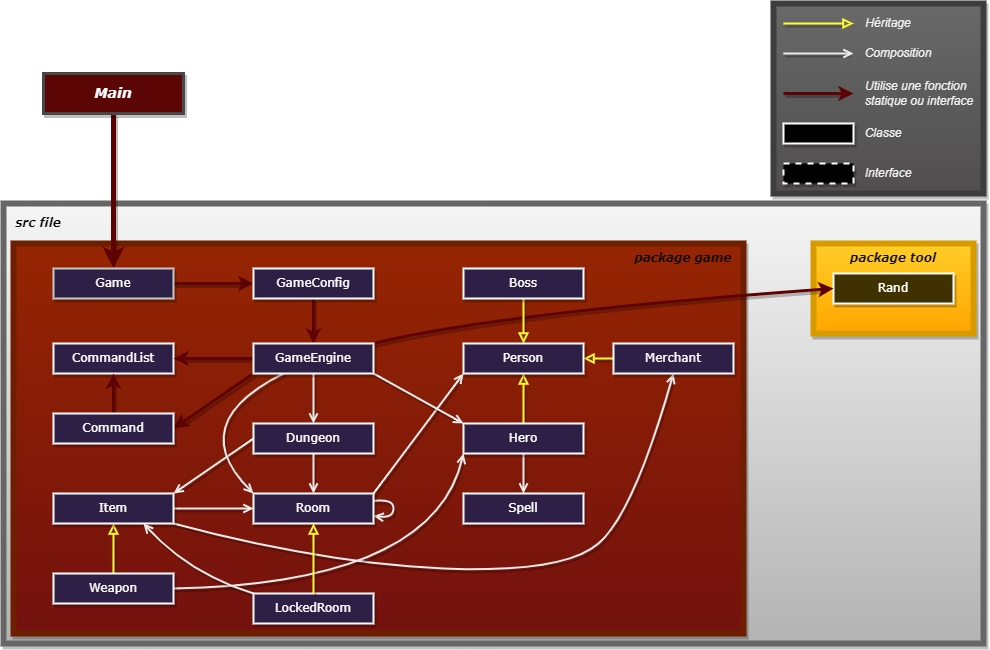
Before: Java_RPG/doc/diagram.drawio.png, a diagram exported from draw.io (Vivien-Parsis/Jeux-rpg). Source tidied: cells renumbered, new cells last; positions are measured from the earlier drawing's top-left corner, leaving out a move shared by most shapes.
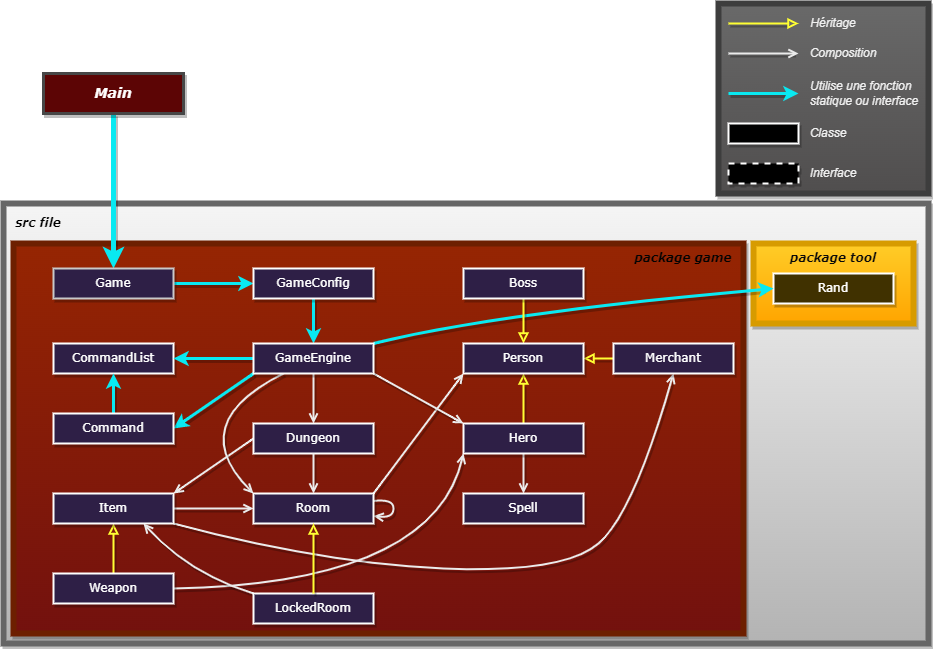
The same file after the commit.

Change to the diagram source:
```diff
@@ -3,15 +3,15 @@
     <mxCell id="0" />
     <mxCell id="1" parent="0" />
     <mxCell id="2" style="rounded=0;whiteSpace=wrap;html=1;fillColor=#504e4e;strokeWidth=6;strokeColor=#3D3D3D;gradientColor=#696969;gradientDirection=north;shadow=1;" parent="1" vertex="1">
-      <mxGeometry x="770" width="210" height="190" as="geometry" />
+      <mxGeometry x="715" width="210" height="190" as="geometry" />
     </mxCell>
     <mxCell id="3" style="rounded=0.5;whiteSpace=wrap;html=1;strokeWidth=6;fillColor=#f5f5f5;strokeColor=#666666;gradientColor=#b3b3b3;shadow=1;" parent="1" vertex="1">
-      <mxGeometry y="200" width="980" height="440" as="geometry" />
+      <mxGeometry y="200" width="925" height="440" as="geometry" />
     </mxCell>
     <mxCell id="4" style="rounded=0;whiteSpace=wrap;html=1;fillColor=#ffcd28;gradientColor=#ffa500;strokeColor=#d79b00;gradientDirection=south;strokeWidth=6;shadow=1;" parent="1" vertex="1">
-      <mxGeometry x="810" y="240" width="160" height="90" as="geometry" />
+      <mxGeometry x="750" y="240" width="160" height="80" as="geometry" />
     </mxCell>
-    <mxCell id="5" style="rounded=0;whiteSpace=wrap;html=1;fillColor=#962502;strokeColor=#6D1F00;fontColor=#ffffff;gradientColor=#73110E;gradientDirection=south;strokeWidth=6;shadow=1;" parent="1" vertex="1">
+    <mxCell id="5" style="rounded=0;whiteSpace=wrap;html=1;fillColor=#962502;strokeColor=#6D1F00;fontColor=#ffffff;gradientColor=#73110E;gradientDirection=south;strokeWidth=6;shadow=1;perimeterSpacing=0;" parent="1" vertex="1">
       <mxGeometry x="10" y="240" width="730" height="390" as="geometry" />
     </mxCell>
     <mxCell id="6" style="edgeStyle=none;html=1;fontColor=#FFFAFA;strokeColor=#FFFF33;strokeWidth=2;endArrow=block;endFill=0;shadow=1;" parent="1" edge="1" source="47" target="45">
@@ -29,11 +29,11 @@
     <mxCell id="10" style="edgeStyle=none;html=1;fontColor=#ffffff;strokeColor=#EBEBEB;strokeWidth=2;entryX=0.5;entryY=0;entryDx=0;entryDy=0;startArrow=none;endArrow=open;endFill=0;shadow=1;" parent="1" edge="1" source="55" target="44">
       <mxGeometry relative="1" as="geometry" />
     </mxCell>
-    <mxCell id="11" style="edgeStyle=none;html=1;strokeColor=#5e0303;strokeWidth=5;fontColor=#FFFAFA;shadow=1;" parent="1" edge="1" source="43" target="58">
+    <mxCell id="11" style="edgeStyle=none;html=1;strokeColor=#09e9f1;strokeWidth=5;fontColor=#FFFAFA;shadow=1;" parent="1" edge="1" source="43" target="58">
       <mxGeometry relative="1" as="geometry" />
     </mxCell>
     <mxCell id="12" value="Rand" style="rounded=0;whiteSpace=wrap;html=1;fillStyle=auto;fillColor=#403100;fontFamily=Verdana;fontColor=#ffffff;strokeWidth=2;strokeColor=#ffffff;shadow=1;" parent="1" vertex="1">
-      <mxGeometry x="830" y="270" width="120" height="30" as="geometry" />
+      <mxGeometry x="770" y="270" width="120" height="30" as="geometry" />
     </mxCell>
     <mxCell id="13" value="&lt;font face=&quot;Verdana&quot;&gt;src file&lt;/font&gt;" style="text;html=1;align=center;verticalAlign=middle;whiteSpace=wrap;rounded=0;fontColor=#000000;fontStyle=3;strokeColor=none;labelBackgroundColor=none;labelBorderColor=none;shadow=1;" parent="1" vertex="1">
       <mxGeometry x="10" y="210" width="50" height="20" as="geometry" />
@@ -41,7 +41,7 @@
     <mxCell id="14" style="edgeStyle=none;html=1;entryX=1;entryY=0.5;entryDx=0;entryDy=0;strokeColor=#FFFF33;fontColor=#FFFAFA;strokeWidth=2;endArrow=block;endFill=0;shadow=1;" parent="1" edge="1" source="50" target="45">
       <mxGeometry relative="1" as="geometry" />
     </mxCell>
-    <mxCell id="15" style="edgeStyle=none;curved=1;html=1;strokeWidth=3;fontColor=#FFFAFA;strokeColor=#5e0303;exitX=0.5;exitY=0;exitDx=0;exitDy=0;entryX=0.5;entryY=1;entryDx=0;entryDy=0;shadow=1;" parent="1" edge="1" source="57" target="8">
+    <mxCell id="15" style="edgeStyle=none;curved=1;html=1;strokeWidth=3;fontColor=#FFFAFA;strokeColor=#09e9f1;exitX=0.5;exitY=0;exitDx=0;exitDy=0;entryX=0.5;entryY=1;entryDx=0;entryDy=0;shadow=1;" parent="1" edge="1" source="57" target="8">
       <mxGeometry relative="1" as="geometry" />
     </mxCell>
     <mxCell id="16" style="edgeStyle=none;curved=1;html=1;entryX=1;entryY=0;entryDx=0;entryDy=0;exitX=0;exitY=0.5;exitDx=0;exitDy=0;fontColor=#FFFAFA;strokeColor=#EBEBEB;strokeWidth=2;endArrow=open;endFill=0;shadow=1;" parent="1" edge="1" source="44" target="52">
@@ -59,7 +59,7 @@
     <mxCell id="18" style="edgeStyle=none;html=1;fontColor=#FFFAFA;strokeColor=#FFFF33;strokeWidth=2;exitX=0.5;exitY=0;exitDx=0;exitDy=0;entryX=0.5;entryY=1;entryDx=0;entryDy=0;endArrow=block;endFill=0;shadow=1;" parent="1" edge="1" source="51" target="52">
       <mxGeometry relative="1" as="geometry" />
     </mxCell>
-    <mxCell id="19" style="edgeStyle=none;html=1;entryX=0;entryY=0.5;entryDx=0;entryDy=0;strokeColor=#5e0303;strokeWidth=3;fontColor=#FFFAFA;exitX=1;exitY=0.5;exitDx=0;exitDy=0;shadow=1;" parent="1" edge="1" source="58" target="56">
+    <mxCell id="19" style="edgeStyle=none;html=1;entryX=0;entryY=0.5;entryDx=0;entryDy=0;strokeColor=#09e9f1;strokeWidth=3;fontColor=#FFFAFA;exitX=1;exitY=0.5;exitDx=0;exitDy=0;shadow=1;" parent="1" edge="1" source="58" target="56">
       <mxGeometry relative="1" as="geometry" />
     </mxCell>
     <mxCell id="20" style="edgeStyle=none;html=1;dashed=1;fontColor=#ffffff;strokeColor=#EBEBEB;strokeWidth=2;entryX=0.5;entryY=0;entryDx=0;entryDy=0;endArrow=none;shadow=1;" parent="1" edge="1" target="55">
@@ -69,54 +69,54 @@
     </mxCell>
     <mxCell id="21" style="edgeStyle=none;html=1;fontColor=#FFFAFA;strokeColor=#FFFF33;strokeWidth=2;startArrow=none;endArrow=block;endFill=0;shadow=1;" parent="1" edge="1">
       <mxGeometry relative="1" as="geometry">
-        <mxPoint x="780" y="20" as="sourcePoint" />
-        <mxPoint x="850" y="20" as="targetPoint" />
+        <mxPoint x="725" y="20" as="sourcePoint" />
+        <mxPoint x="795" y="20" as="targetPoint" />
       </mxGeometry>
     </mxCell>
     <mxCell id="22" style="edgeStyle=none;html=1;fontColor=#FFFAFA;strokeColor=#EBEBEB;strokeWidth=2;startArrow=none;endArrow=open;endFill=0;shadow=1;" parent="1" edge="1">
       <mxGeometry relative="1" as="geometry">
-        <mxPoint x="780" y="50" as="sourcePoint" />
-        <mxPoint x="850" y="50" as="targetPoint" />
+        <mxPoint x="725" y="50" as="sourcePoint" />
+        <mxPoint x="795" y="50" as="targetPoint" />
       </mxGeometry>
     </mxCell>
-    <mxCell id="23" style="edgeStyle=none;html=1;fontColor=#FFFAFA;strokeColor=#5e0303;strokeWidth=3;startArrow=none;shadow=1;" parent="1" edge="1">
+    <mxCell id="23" style="edgeStyle=none;html=1;fontColor=#FFFAFA;strokeColor=#09e9f1;strokeWidth=3;startArrow=none;shadow=1;" parent="1" edge="1">
       <mxGeometry relative="1" as="geometry">
-        <mxPoint x="780" y="90" as="sourcePoint" />
-        <mxPoint x="850" y="90" as="targetPoint" />
+        <mxPoint x="725" y="90" as="sourcePoint" />
+        <mxPoint x="795" y="90" as="targetPoint" />
       </mxGeometry>
     </mxCell>
     <mxCell id="24" value="Héritage" style="text;html=1;strokeColor=none;fillColor=none;align=center;verticalAlign=middle;whiteSpace=wrap;rounded=0;fontSize=12;fontStyle=2;fontColor=#F0F0F0;shadow=1;" parent="1" vertex="1">
-      <mxGeometry x="860" y="10" width="50" height="20" as="geometry" />
+      <mxGeometry x="805" y="10" width="50" height="20" as="geometry" />
     </mxCell>
     <mxCell id="25" value="Composition" style="text;html=1;strokeColor=none;fillColor=none;align=center;verticalAlign=middle;whiteSpace=wrap;rounded=0;fontSize=12;fontStyle=2;fontColor=#F0F0F0;shadow=1;" parent="1" vertex="1">
-      <mxGeometry x="860" y="40" width="70" height="20" as="geometry" />
+      <mxGeometry x="805" y="40" width="70" height="20" as="geometry" />
     </mxCell>
     <mxCell id="26" value="Utilise une fonction statique ou interface" style="text;html=1;strokeColor=none;fillColor=none;align=left;verticalAlign=middle;whiteSpace=wrap;rounded=0;fontSize=12;fontStyle=2;fontColor=#F0F0F0;shadow=1;" parent="1" vertex="1">
-      <mxGeometry x="860" y="75" width="120" height="30" as="geometry" />
+      <mxGeometry x="805" y="75" width="120" height="30" as="geometry" />
     </mxCell>
     <mxCell id="27" style="rounded=0;whiteSpace=wrap;html=1;fillStyle=auto;fillColor=#000000;fontFamily=Verdana;fontColor=#ffffff;strokeWidth=2;strokeColor=#ffffff;shadow=1;" parent="1" vertex="1">
-      <mxGeometry x="780" y="120" width="70" height="20" as="geometry" />
+      <mxGeometry x="725" y="120" width="70" height="20" as="geometry" />
     </mxCell>
     <mxCell id="28" style="rounded=0;whiteSpace=wrap;html=1;dashed=1;fillStyle=auto;fillColor=#000000;fontFamily=Verdana;fontColor=#ffffff;strokeColor=#ffffff;strokeWidth=2;shadow=1;" parent="1" vertex="1">
-      <mxGeometry x="780" y="160" width="70" height="20" as="geometry" />
+      <mxGeometry x="725" y="160" width="70" height="20" as="geometry" />
     </mxCell>
     <mxCell id="29" value="Classe" style="text;html=1;strokeColor=none;fillColor=none;align=center;verticalAlign=middle;whiteSpace=wrap;rounded=0;fontSize=12;fontStyle=2;fontColor=#F0F0F0;shadow=1;" parent="1" vertex="1">
-      <mxGeometry x="860" y="120" width="40" height="20" as="geometry" />
+      <mxGeometry x="805" y="120" width="40" height="20" as="geometry" />
     </mxCell>
     <mxCell id="30" value="Interface" style="text;html=1;strokeColor=none;fillColor=none;align=center;verticalAlign=middle;whiteSpace=wrap;rounded=0;fontSize=12;fontStyle=2;fontColor=#F0F0F0;rotation=0;shadow=1;" parent="1" vertex="1">
-      <mxGeometry x="860" y="160" width="50" height="20" as="geometry" />
+      <mxGeometry x="805" y="160" width="50" height="20" as="geometry" />
     </mxCell>
     <mxCell id="31" style="edgeStyle=none;curved=1;html=1;dashed=1;strokeWidth=1;strokeColor=none;dashPattern=1 4;fontColor=#ffffff;shadow=1;" parent="1" edge="1" source="8" target="55">
       <mxGeometry relative="1" as="geometry" />
     </mxCell>
-    <mxCell id="32" style="edgeStyle=none;html=1;entryX=0;entryY=0.5;entryDx=0;entryDy=0;strokeColor=#5e0303;curved=1;fontColor=#FFFAFA;strokeWidth=3;exitX=1;exitY=0;exitDx=0;exitDy=0;shadow=1;" parent="1" edge="1" source="55" target="12">
+    <mxCell id="32" style="edgeStyle=none;html=1;entryX=0;entryY=0.5;entryDx=0;entryDy=0;strokeColor=#09e9f1;curved=1;fontColor=#FFFAFA;strokeWidth=3;exitX=1;exitY=0;exitDx=0;exitDy=0;shadow=1;" parent="1" edge="1" source="55" target="12">
       <mxGeometry relative="1" as="geometry">
         <Array as="points">
           <mxPoint x="490" y="310" />
         </Array>
       </mxGeometry>
     </mxCell>
-    <mxCell id="33" style="edgeStyle=none;curved=1;html=1;strokeWidth=3;fontColor=#FFFAFA;strokeColor=#5e0303;entryX=1;entryY=0.5;entryDx=0;entryDy=0;shadow=1;" parent="1" edge="1" source="55" target="8">
+    <mxCell id="33" style="edgeStyle=none;curved=1;html=1;strokeWidth=3;fontColor=#FFFAFA;strokeColor=#09e9f1;entryX=1;entryY=0.5;entryDx=0;entryDy=0;shadow=1;" parent="1" edge="1" source="55" target="8">
       <mxGeometry relative="1" as="geometry" />
     </mxCell>
     <mxCell id="34" style="edgeStyle=none;html=1;fontColor=#FFFAFA;strokeColor=#FFFF33;strokeWidth=2;entryX=0.5;entryY=0;entryDx=0;entryDy=0;exitX=0.5;exitY=1;exitDx=0;exitDy=0;endArrow=block;endFill=0;shadow=1;" parent="1" edge="1" source="46" target="45">
@@ -133,7 +133,7 @@
         <mxPoint x="460" y="420" as="targetPoint" />
       </mxGeometry>
     </mxCell>
-    <mxCell id="37" style="edgeStyle=none;html=1;entryX=1;entryY=0.5;entryDx=0;entryDy=0;fontFamily=Helvetica;exitX=0;exitY=1;exitDx=0;exitDy=0;curved=1;fontColor=#FFFAFA;strokeColor=#5e0303;strokeWidth=3;shadow=1;" parent="1" edge="1" source="55" target="57">
+    <mxCell id="37" style="edgeStyle=none;html=1;entryX=1;entryY=0.5;entryDx=0;entryDy=0;fontFamily=Helvetica;exitX=0;exitY=1;exitDx=0;exitDy=0;curved=1;fontColor=#FFFAFA;strokeColor=#09e9f1;strokeWidth=3;shadow=1;" parent="1" edge="1" source="55" target="57">
       <mxGeometry relative="1" as="geometry" />
     </mxCell>
     <mxCell id="38" style="edgeStyle=none;html=1;curved=1;fontColor=#FFFAFA;strokeColor=#EBEBEB;strokeWidth=2;entryX=0;entryY=1;entryDx=0;entryDy=0;exitX=1;exitY=0.5;exitDx=0;exitDy=0;endArrow=open;endFill=0;sourcePerimeterSpacing=0;targetPerimeterSpacing=0;endSize=6;shadow=1;" parent="1" edge="1" source="51" target="47">
@@ -153,7 +153,7 @@
     <mxCell id="40" style="edgeStyle=none;html=1;entryX=0;entryY=0.5;entryDx=0;entryDy=0;fontColor=#FFFAFA;strokeColor=#EBEBEB;strokeWidth=2;exitX=1;exitY=0.5;exitDx=0;exitDy=0;endArrow=open;endFill=0;shadow=1;" parent="1" edge="1" source="52" target="53">
       <mxGeometry relative="1" as="geometry" />
     </mxCell>
-    <mxCell id="41" style="edgeStyle=none;html=1;entryX=0.5;entryY=0;entryDx=0;entryDy=0;strokeColor=#5e0303;fontColor=#FFFAFA;strokeWidth=3;shadow=1;exitX=0.5;exitY=1;exitDx=0;exitDy=0;" parent="1" edge="1" source="56" target="55">
+    <mxCell id="41" style="edgeStyle=none;html=1;entryX=0.5;entryY=0;entryDx=0;entryDy=0;strokeColor=#09e9f1;fontColor=#FFFAFA;strokeWidth=3;shadow=1;exitX=0.5;exitY=1;exitDx=0;exitDy=0;" parent="1" edge="1" source="56" target="55">
       <mxGeometry relative="1" as="geometry" />
     </mxCell>
     <mxCell id="42" style="edgeStyle=none;html=1;endArrow=open;strokeColor=#EBEBEB;fontColor=#FFFAFA;strokeWidth=2;endFill=0;curved=1;entryX=1;entryY=0.75;entryDx=0;entryDy=0;shadow=1;" parent="1" edge="1" source="53" target="53">
@@ -182,7 +182,7 @@
       <mxGeometry x="460" y="490" width="120" height="30" as="geometry" />
     </mxCell>
     <mxCell id="49" value="&lt;font face=&quot;Verdana&quot;&gt;package tool&lt;/font&gt;" style="text;html=1;align=center;verticalAlign=middle;whiteSpace=wrap;rounded=0;fontColor=#0A0A0A;fontStyle=3;strokeColor=none;shadow=1;" parent="1" vertex="1">
-      <mxGeometry x="840" y="240" width="100" height="30" as="geometry" />
+      <mxGeometry x="780" y="240" width="100" height="30" as="geometry" />
     </mxCell>
     <mxCell id="50" value="Merchant" style="rounded=0;whiteSpace=wrap;html=1;fillStyle=auto;fillColor=#2E1F46;fontFamily=Verdana;fontColor=#ffffff;strokeWidth=2;strokeColor=#ffffff;shadow=1;" parent="1" vertex="1">
       <mxGeometry x="610" y="340" width="120" height="30" as="geometry" />
```
